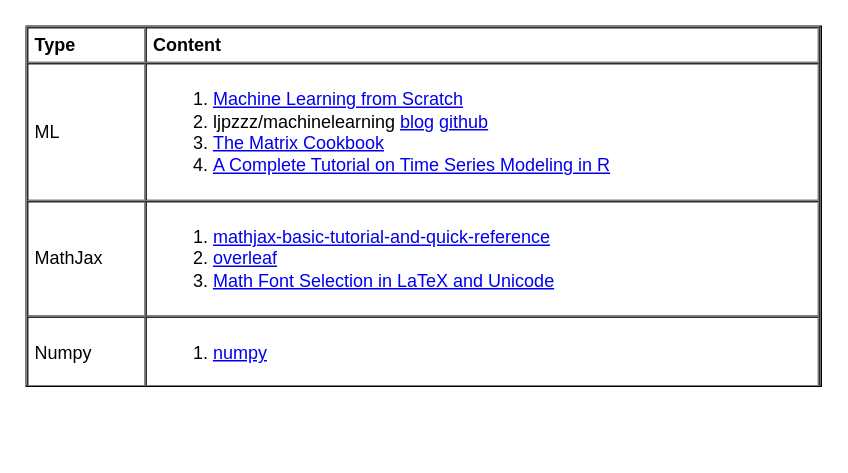
This is page "References" (9 of 9) of ml/ml.drawio from yangdj/tf_docs, a draw.io file, before an edit. Source tidied: cells renumbered, new cells numbered last; positions are measured from the earlier drawing's top-left corner, leaving out a move shared by most shapes. Both pictures are drawn from the tidied source at 150%, with x=0, y=0 at pixel (26, 26).
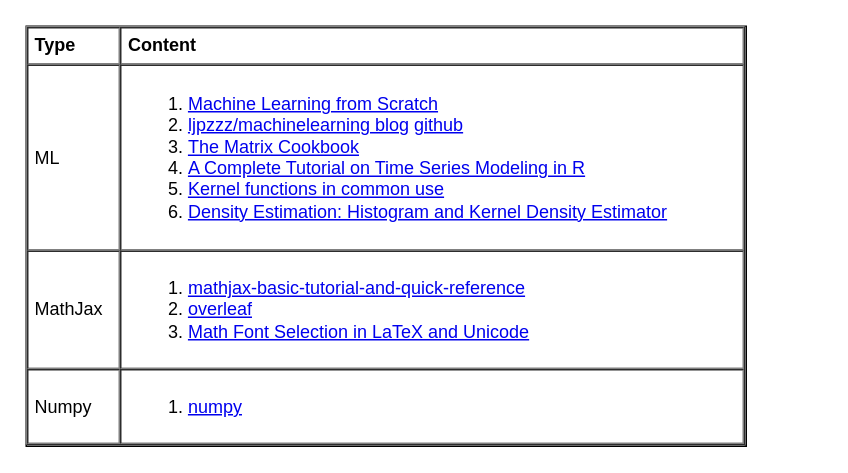
After the change.

Change to the diagram source:
```diff
@@
 <mxGraphModel>
   <root>
     <mxCell id="0" />
     <mxCell id="1" parent="0" />
-    <mxCell id="2" value="&lt;table cellpadding=&quot;4&quot; cellspacing=&quot;0&quot; border=&quot;1&quot; style=&quot;font-size: 1em ; width: 100% ; height: 100%&quot;&gt;&lt;tbody&gt;&lt;tr&gt;&lt;th&gt;Type&lt;/th&gt;&lt;th&gt;Content&lt;/th&gt;&lt;/tr&gt;&lt;tr&gt;&lt;td&gt;ML&lt;/td&gt;&lt;td&gt;&lt;ol&gt;&lt;li&gt;&lt;a href=&quot;https://dafriedman97.github.io/mlbook/content/introduction.html&quot;&gt;Machine Learning from Scratch&lt;br&gt;&lt;/a&gt;&lt;/li&gt;&lt;li&gt;ljpzzz/machinelearning&amp;nbsp;&lt;a href=&quot;https://www.cnblogs.com/pinard&quot;&gt;blog&lt;/a&gt;&amp;nbsp;&lt;a href=&quot;https://github.com/ljpzzz/machinelearning&quot;&gt;github&lt;/a&gt;&lt;/li&gt;&lt;li&gt;&lt;a href=&quot;https://www.math.uwaterloo.ca/~hwolkowi/matrixcookbook.pdf&quot;&gt;The Matrix Cookbook&lt;/a&gt;&lt;br&gt;&lt;/li&gt;&lt;li&gt;&lt;a href=&quot;https://www.analyticsvidhya.com/blog/2015/12/complete-tutorial-time-series-modeling/&quot;&gt;A Complete Tutorial on Time Series Modeling in R&lt;/a&gt;&lt;br&gt;&lt;/li&gt;&lt;/ol&gt;&lt;/td&gt;&lt;/tr&gt;&lt;tr&gt;&lt;td&gt;MathJax&lt;/td&gt;&lt;td&gt;&lt;ol&gt;&lt;li&gt;&lt;a href=&quot;https://math.meta.stackexchange.com/questions/5020/mathjax-basic-tutorial-and-quick-reference&quot;&gt;mathjax-basic-tutorial-and-quick-reference&lt;/a&gt;&lt;/li&gt;&lt;li&gt;&lt;a href=&quot;https://www.overleaf.com/learn/latex/Mathematical_expressions&quot;&gt;overleaf&lt;/a&gt;&lt;/li&gt;&lt;li&gt;&lt;a href=&quot;http://milde.users.sourceforge.net/LUCR/Math/math-font-selection.xhtml&quot;&gt;Math Font Selection in LaTeX and Unicode&lt;br&gt;&lt;/a&gt;&lt;/li&gt;&lt;/ol&gt;&lt;/td&gt;&lt;/tr&gt;&lt;tr&gt;&lt;td&gt;Numpy&lt;/td&gt;&lt;td&gt;&lt;ol&gt;&lt;li&gt;&lt;a href=&quot;https://numpy.org/devdocs/reference/index.html#reference&quot;&gt;numpy&lt;/a&gt;&lt;/li&gt;&lt;/ol&gt;&lt;/td&gt;&lt;/tr&gt;&lt;/tbody&gt;&lt;/table&gt; " style="verticalAlign=top;align=left;overflow=fill;fontSize=12;fontFamily=Helvetica;html=1;" parent="1" vertex="1">
-      <mxGeometry width="530" height="240" as="geometry" />
+    <mxCell id="2" value="&lt;table cellpadding=&quot;4&quot; cellspacing=&quot;0&quot; border=&quot;1&quot; style=&quot;font-size: 1em ; width: 100% ; height: 100%&quot;&gt;&lt;tbody&gt;&lt;tr&gt;&lt;th&gt;Type&lt;/th&gt;&lt;th&gt;Content&lt;/th&gt;&lt;/tr&gt;&lt;tr&gt;&lt;td&gt;ML&lt;/td&gt;&lt;td&gt;&lt;ol&gt;&lt;li&gt;&lt;a href=&quot;https://dafriedman97.github.io/mlbook/content/introduction.html&quot;&gt;Machine Learning from Scratch&lt;br&gt;&lt;/a&gt;&lt;/li&gt;&lt;li&gt;&lt;a href=&quot;https://www.cnblogs.com/pinard&quot;&gt;ljpzzz/machinelearning&amp;nbsp;blog&lt;/a&gt;&amp;nbsp;&lt;a href=&quot;https://github.com/ljpzzz/machinelearning&quot;&gt;github&lt;/a&gt;&lt;/li&gt;&lt;li&gt;&lt;a href=&quot;https://www.math.uwaterloo.ca/~hwolkowi/matrixcookbook.pdf&quot;&gt;The Matrix Cookbook&lt;/a&gt;&lt;br&gt;&lt;/li&gt;&lt;li&gt;&lt;a href=&quot;https://www.analyticsvidhya.com/blog/2015/12/complete-tutorial-time-series-modeling/&quot;&gt;A Complete Tutorial on Time Series Modeling in R&lt;/a&gt;&lt;br&gt;&lt;/li&gt;&lt;li&gt;&lt;a href=&quot;https://en.wikipedia.org/wiki/Kernel_(statistics)#Kernel_functions_in_common_use&quot;&gt;Kernel functions in common use&lt;/a&gt;&lt;br&gt;&lt;/li&gt;&lt;li&gt;&lt;a href=&quot;http://faculty.washington.edu/yenchic/18W_425/Lec6_hist_KDE.pdf&quot;&gt;Density Estimation: Histogram and Kernel Density Estimator&lt;/a&gt;&lt;br&gt;&lt;/li&gt;&lt;/ol&gt;&lt;/td&gt;&lt;/tr&gt;&lt;tr&gt;&lt;td&gt;MathJax&lt;/td&gt;&lt;td&gt;&lt;ol&gt;&lt;li&gt;&lt;a href=&quot;https://math.meta.stackexchange.com/questions/5020/mathjax-basic-tutorial-and-quick-reference&quot;&gt;mathjax-basic-tutorial-and-quick-reference&lt;/a&gt;&lt;/li&gt;&lt;li&gt;&lt;a href=&quot;https://www.overleaf.com/learn/latex/Mathematical_expressions&quot;&gt;overleaf&lt;/a&gt;&lt;/li&gt;&lt;li&gt;&lt;a href=&quot;http://milde.users.sourceforge.net/LUCR/Math/math-font-selection.xhtml&quot;&gt;Math Font Selection in LaTeX and Unicode&lt;br&gt;&lt;/a&gt;&lt;/li&gt;&lt;/ol&gt;&lt;/td&gt;&lt;/tr&gt;&lt;tr&gt;&lt;td&gt;Numpy&lt;/td&gt;&lt;td&gt;&lt;ol&gt;&lt;li&gt;&lt;a href=&quot;https://numpy.org/devdocs/reference/index.html#reference&quot;&gt;numpy&lt;/a&gt;&lt;/li&gt;&lt;/ol&gt;&lt;/td&gt;&lt;/tr&gt;&lt;/tbody&gt;&lt;/table&gt; " style="verticalAlign=top;align=left;overflow=fill;fontSize=12;fontFamily=Helvetica;html=1;" parent="1" vertex="1">
+      <mxGeometry width="480" height="280" as="geometry" />
     </mxCell>
   </root>
 </mxGraphModel>
```
